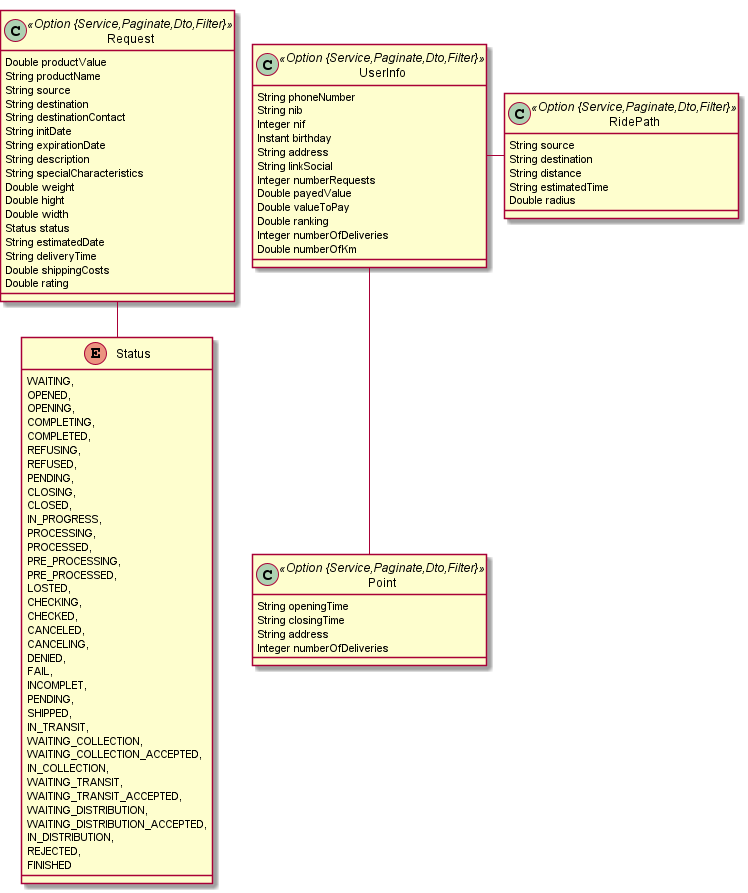
Earlier version of the PlantUML export LEBApp_Server/domainSchema.png (MoscaLCC/LEBApp).
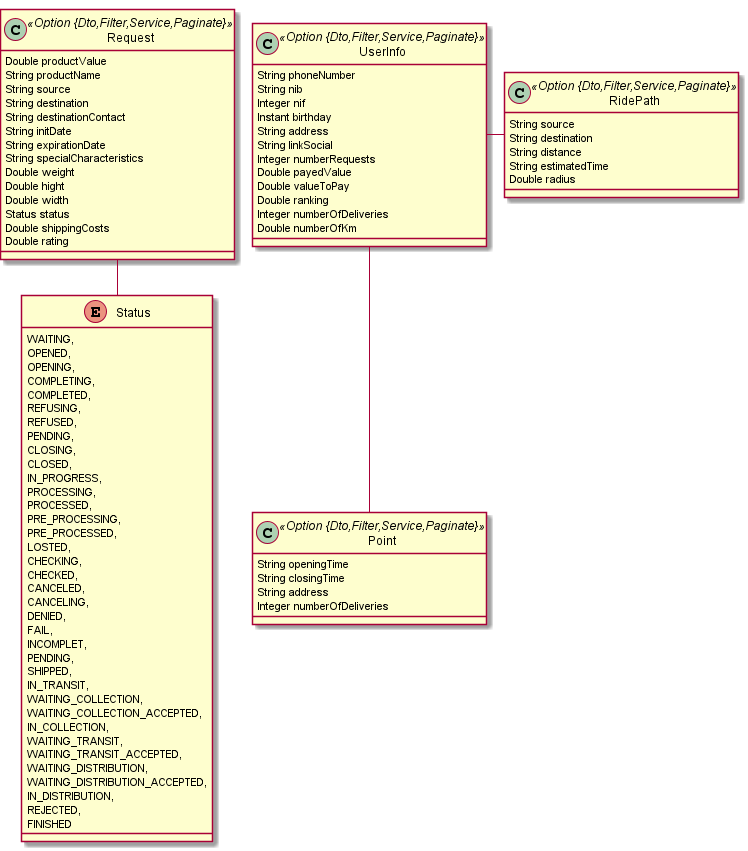
The same file after the commit.

The edit, as a diff of the source:
```diff
@@ -1,7 +1,7 @@
 @startuml
 	!pragma graphviz_dot jdot
 	!pragma syntax class
-	class Request <<Option {Service,Paginate,Dto,Filter}>> {
+	class Request <<Option {Dto,Filter,Service,Paginate}>> {
 		Double productValue
 		String productName
 		String source
@@ -9,19 +9,16 @@
 		String destinationContact
 		String initDate
 		String expirationDate
-		String description
 		String specialCharacteristics
 		Double weight
 		Double hight
 		Double width
 		Status status
-		String estimatedDate
-		String deliveryTime
 		Double shippingCosts
 		Double rating
 	}
 	Request ..> Status
-	class UserInfo <<Option {Service,Paginate,Dto,Filter}>> {
+	class UserInfo <<Option {Dto,Filter,Service,Paginate}>> {
 		String phoneNumber
 		String nib
 		Integer nif
@@ -35,14 +32,14 @@
 		Integer numberOfDeliveries
 		Double numberOfKm
 	}
-	class RidePath <<Option {Service,Paginate,Dto,Filter}>> {
+	class RidePath <<Option {Dto,Filter,Service,Paginate}>> {
 		String source
 		String destination
 		String distance
 		String estimatedTime
 		Double radius
 	}
-	class Point <<Option {Service,Paginate,Dto,Filter}>> {
+	class Point <<Option {Dto,Filter,Service,Paginate}>> {
 		String openingTime
 		String closingTime
 		String address
```
